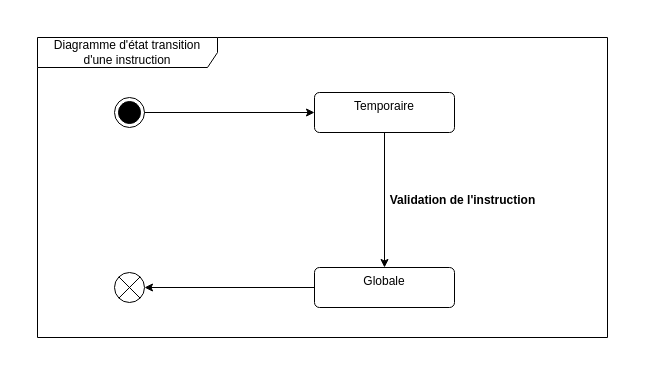
Above: etat_inst.drawio in CabrelFeukeng/pp (draw.io), before the change. Source tidied: cells renumbered, new cells numbered last; positions are measured from the earlier drawing's top-left corner, leaving out a move shared by most shapes. Both pictures are drawn from the tidied source at 100%, with x=0, y=0 at pixel (37, 37).
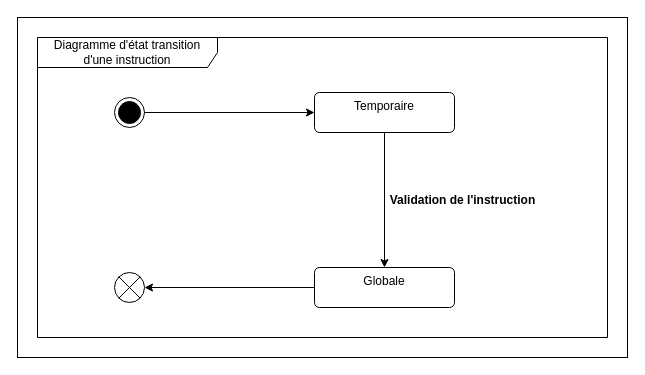
Above is the later version.

Commit message (it also covers changes not shown here):
Mettre à jour etat_inst.drawio

The edit, as a diff of the source:
```diff
@@
 <mxGraphModel>
   <root>
     <mxCell id="0" />
     <mxCell id="1" parent="0" />
+    <mxCell id="11" style="rounded=0;whiteSpace=wrap;html=1;" parent="1" vertex="1">
+      <mxGeometry x="-20" y="-20" width="610" height="340" as="geometry" />
+    </mxCell>
     <mxCell id="2" style="edgeStyle=orthogonalEdgeStyle;rounded=0;jettySize=auto;html=1;entryX=0.5;entryY=0;entryDx=0;entryDy=0;" parent="1" edge="1" source="3" target="5">
       <mxGeometry relative="1" as="geometry" />
     </mxCell>
     <mxCell id="3" value="Temporaire" style="html=1;align=center;verticalAlign=top;rounded=1;absoluteArcSize=1;arcSize=10;dashed=0;whiteSpace=wrap;" parent="1" vertex="1">
       <mxGeometry x="277" y="55" width="140" height="40" as="geometry" />
     </mxCell>
     <mxCell id="4" style="edgeStyle=orthogonalEdgeStyle;rounded=0;jettySize=auto;html=1;entryX=1;entryY=0.5;entryDx=0;entryDy=0;" parent="1" edge="1" source="5" target="8">
       <mxGeometry relative="1" as="geometry" />
     </mxCell>
     <mxCell id="5" value="Globale" style="html=1;align=center;verticalAlign=top;rounded=1;absoluteArcSize=1;arcSize=10;dashed=0;whiteSpace=wrap;" parent="1" vertex="1">
       <mxGeometry x="277" y="230" width="140" height="40" as="geometry" />
     </mxCell>
     <mxCell id="6" style="edgeStyle=orthogonalEdgeStyle;rounded=0;jettySize=auto;html=1;entryX=0;entryY=0.5;entryDx=0;entryDy=0;" parent="1" edge="1" source="7" target="3">
       <mxGeometry relative="1" as="geometry" />
     </mxCell>
     <mxCell id="7" style="ellipse;html=1;shape=endState;fillColor=strokeColor;" parent="1" vertex="1">
       <mxGeometry x="77" y="60" width="30" height="30" as="geometry" />
     </mxCell>
     <mxCell id="8" style="shape=sumEllipse;perimeter=ellipsePerimeter;html=1;backgroundOutline=1;" parent="1" vertex="1">
       <mxGeometry x="77" y="235" width="30" height="30" as="geometry" />
     </mxCell>
     <mxCell id="9" value="Diagramme d'état transition d'une instruction" style="shape=umlFrame;whiteSpace=wrap;html=1;width=180;height=30;" parent="1" vertex="1">
       <mxGeometry width="570" height="300" as="geometry" />
     </mxCell>
     <mxCell id="10" value="Validation de l'instruction" style="text;align=center;fontStyle=1;verticalAlign=middle;spacingLeft=3;spacingRight=3;strokeColor=none;html=1;" parent="1" vertex="1">
       <mxGeometry x="340" y="150" width="170" height="26" as="geometry" />
     </mxCell>
   </root>
 </mxGraphModel>
```
